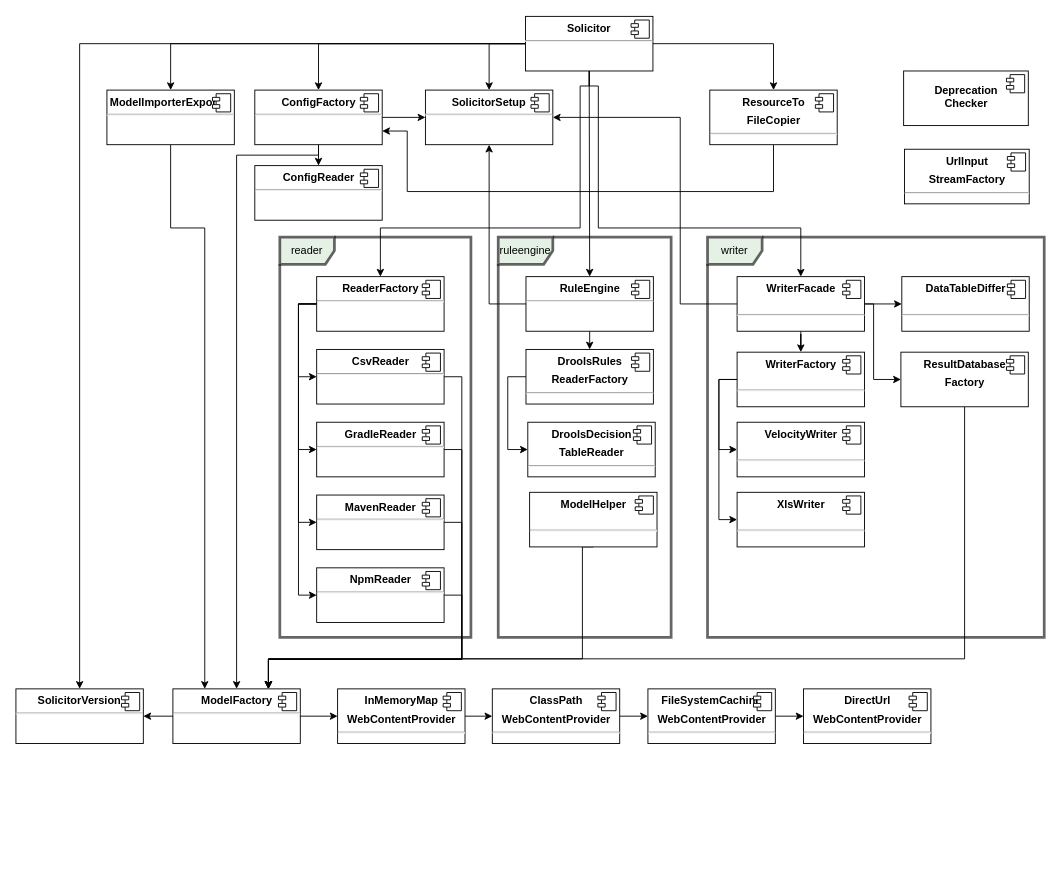
The draw.io diagram src/main/java/com/devonfw/tools/solicitor/doc-files/solicitor_beans.drawio in devonfw/solicitor, before the edit. Source tidied: cells renumbered, new cells numbered last; positions are measured from the earlier drawing's top-left corner, leaving out a move shared by most shapes. Both pictures are drawn from the tidied source at 91%, with x=0, y=0 at pixel (15, 16).
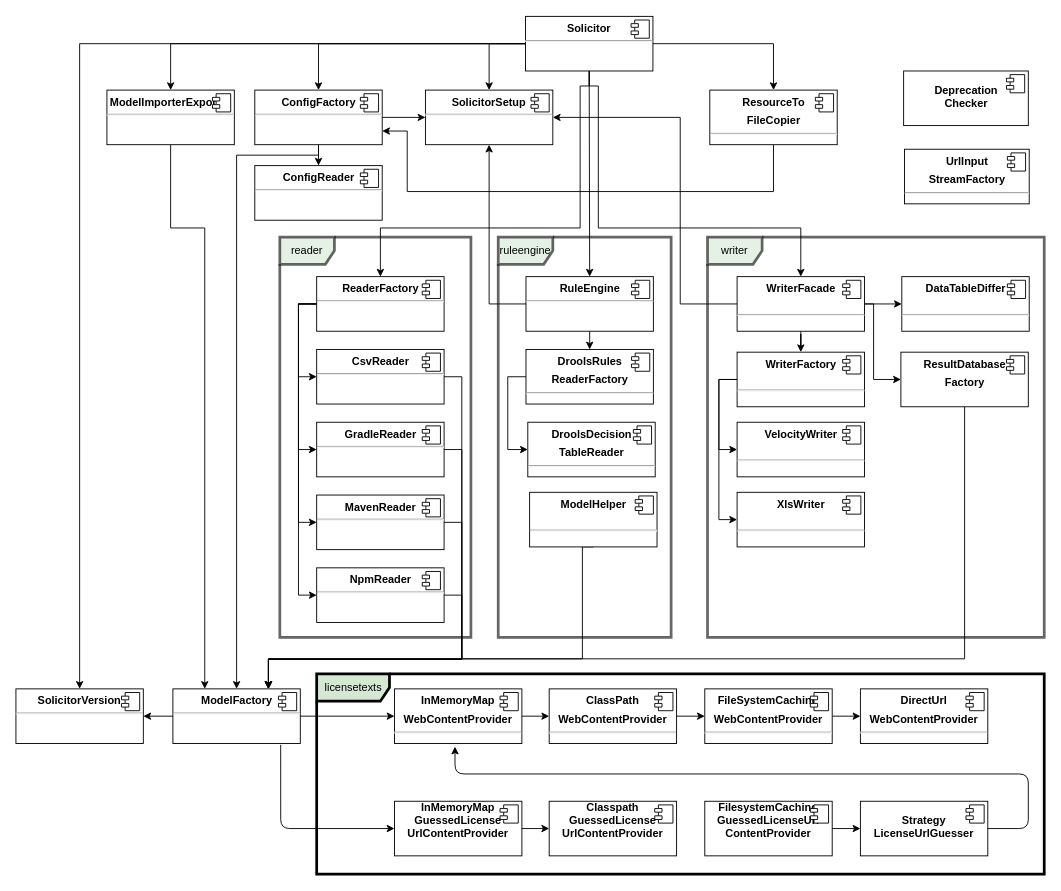
The same diagram, later.

The change refers to these unchanged cells:
```xml
<mxCell id="44" value="&lt;p style=&quot;margin: 0px ; margin-top: 6px ; text-align: center&quot;&gt;&lt;b&gt;ModelFactory&lt;/b&gt;&lt;/p&gt;&lt;hr&gt;" style="align=left;overflow=fill;html=1;rotation=0;" parent="1" vertex="1">
  <mxGeometry x="172.5" y="738.5" width="140" height="60" as="geometry" />
</mxCell>
```

Change to the diagram source:
```diff
@@
+    <mxCell id="100" value="licensetexts" style="shape=umlFrame;whiteSpace=wrap;html=1;strokeWidth=3;width=80;height=30;fillColor=#D5E8D4;" parent="1" vertex="1">
+      <mxGeometry x="330.5" y="722" width="799.5" height="220" as="geometry" />
+    </mxCell>
@@
     <mxCell id="24" value="&lt;p style=&quot;margin: 0px ; margin-top: 6px ; text-align: center&quot;&gt;&lt;b&gt;ClassPath&lt;/b&gt;&lt;/p&gt;&lt;p style=&quot;margin: 0px ; margin-top: 6px ; text-align: center&quot;&gt;&lt;b&gt;WebContentProvider&lt;/b&gt;&lt;br&gt;&lt;/p&gt;&lt;hr&gt;" style="align=left;overflow=fill;html=1;rotation=0;" parent="1" vertex="1">
-      <mxGeometry x="523.5" y="738.5" width="140" height="60" as="geometry" />
+      <mxGeometry x="586" y="738.5" width="140" height="60" as="geometry" />
     </mxCell>
@@
     <mxCell id="26" value="&lt;p style=&quot;margin: 0px ; margin-top: 6px ; text-align: center&quot;&gt;&lt;b&gt;DirectUrl&lt;/b&gt;&lt;/p&gt;&lt;p style=&quot;margin: 0px ; margin-top: 6px ; text-align: center&quot;&gt;&lt;b&gt;WebContentProvider&lt;/b&gt;&lt;br&gt;&lt;/p&gt;&lt;hr&gt;" style="align=left;overflow=fill;html=1;rotation=0;" parent="1" vertex="1">
-      <mxGeometry x="865.5" y="738.5" width="140" height="60" as="geometry" />
+      <mxGeometry x="928" y="738.5" width="140" height="60" as="geometry" />
     </mxCell>
@@
     <mxCell id="29" value="&lt;p style=&quot;margin: 0px ; margin-top: 6px ; text-align: center&quot;&gt;&lt;b&gt;FileSystemCaching&lt;/b&gt;&lt;/p&gt;&lt;p style=&quot;margin: 0px ; margin-top: 6px ; text-align: center&quot;&gt;&lt;b&gt;WebContentProvider&lt;/b&gt;&lt;br&gt;&lt;/p&gt;&lt;hr&gt;" style="align=left;overflow=fill;html=1;rotation=0;" parent="1" vertex="1">
-      <mxGeometry x="694.5" y="738.5" width="140" height="60" as="geometry" />
+      <mxGeometry x="757" y="738.5" width="140" height="60" as="geometry" />
     </mxCell>
@@
     <mxCell id="32" value="&lt;p style=&quot;margin: 0px ; margin-top: 6px ; text-align: center&quot;&gt;&lt;b&gt;InMemoryMap&lt;/b&gt;&lt;/p&gt;&lt;p style=&quot;margin: 0px ; margin-top: 6px ; text-align: center&quot;&gt;&lt;b&gt;WebContentProvider&lt;/b&gt;&lt;br&gt;&lt;/p&gt;&lt;hr&gt;" style="align=left;overflow=fill;html=1;rotation=0;" parent="1" vertex="1">
-      <mxGeometry x="353.5" y="738.5" width="140" height="60" as="geometry" />
+      <mxGeometry x="416" y="738.5" width="140" height="60" as="geometry" />
     </mxCell>
@@
+    <mxCell id="101" value="&lt;div style=&quot;text-align: center&quot;&gt;&lt;span&gt;&lt;b&gt;Classpath&lt;/b&gt;&lt;/span&gt;&lt;/div&gt;&lt;div style=&quot;text-align: center&quot;&gt;&lt;span&gt;&lt;b&gt;GuessedLicense&lt;/b&gt;&lt;/span&gt;&lt;/div&gt;&lt;div style=&quot;text-align: center&quot;&gt;&lt;span&gt;&lt;b&gt;UrlContentProvider&lt;/b&gt;&lt;/span&gt;&lt;/div&gt;&lt;p style=&quot;margin: 0px ; margin-top: 6px ; text-align: center&quot;&gt;&lt;/p&gt;" style="align=left;overflow=fill;html=1;rotation=0;" parent="1" vertex="1">
+      <mxGeometry x="586" y="862" width="140" height="60" as="geometry" />
+    </mxCell>
+    <mxCell id="102" style="shape=component;jettyWidth=8;jettyHeight=4;" parent="101" vertex="1">
+      <mxGeometry x="1" width="20" height="20" relative="1" as="geometry">
+        <mxPoint x="-24" y="4" as="offset" />
+      </mxGeometry>
+    </mxCell>
+    <mxCell id="103" value="&lt;div style=&quot;text-align: center&quot;&gt;&lt;b&gt;&lt;br&gt;&lt;/b&gt;&lt;/div&gt;&lt;div style=&quot;text-align: center&quot;&gt;&lt;b&gt;Strategy&lt;/b&gt;&lt;/div&gt;&lt;div style=&quot;text-align: center&quot;&gt;&lt;b&gt;LicenseUrlGuesser&lt;/b&gt;&lt;br&gt;&lt;/div&gt;&lt;p style=&quot;margin: 0px ; margin-top: 6px ; text-align: center&quot;&gt;&lt;/p&gt;" style="align=left;overflow=fill;html=1;rotation=0;" parent="1" vertex="1">
+      <mxGeometry x="928" y="862" width="140" height="60" as="geometry" />
+    </mxCell>
+    <mxCell id="104" style="shape=component;jettyWidth=8;jettyHeight=4;" parent="103" vertex="1">
+      <mxGeometry x="1" width="20" height="20" relative="1" as="geometry">
+        <mxPoint x="-24" y="4" as="offset" />
+      </mxGeometry>
+    </mxCell>
+    <mxCell id="105" value="&lt;div style=&quot;text-align: center&quot;&gt;&lt;b&gt;FilesystemCaching&lt;/b&gt;&lt;br&gt;&lt;/div&gt;&lt;div style=&quot;text-align: center&quot;&gt;&lt;span&gt;&lt;b&gt;GuessedLicenseUrl&lt;/b&gt;&lt;/span&gt;&lt;/div&gt;&lt;div style=&quot;text-align: center&quot;&gt;&lt;span&gt;&lt;b&gt;ContentProvider&lt;/b&gt;&lt;/span&gt;&lt;/div&gt;&lt;p style=&quot;margin: 0px ; margin-top: 6px ; text-align: center&quot;&gt;&lt;/p&gt;" style="align=left;overflow=fill;html=1;rotation=0;" parent="1" vertex="1">
+      <mxGeometry x="757" y="862" width="140" height="60" as="geometry" />
+    </mxCell>
+    <mxCell id="106" style="shape=component;jettyWidth=8;jettyHeight=4;" parent="105" vertex="1">
+      <mxGeometry x="1" width="20" height="20" relative="1" as="geometry">
+        <mxPoint x="-24" y="4" as="offset" />
+      </mxGeometry>
+    </mxCell>
+    <mxCell id="107" value="&lt;div style=&quot;text-align: center&quot;&gt;&lt;span&gt;&lt;b&gt;InMemoryMap&lt;/b&gt;&lt;/span&gt;&lt;/div&gt;&lt;div style=&quot;text-align: center&quot;&gt;&lt;span&gt;&lt;b&gt;GuessedLicense&lt;/b&gt;&lt;/span&gt;&lt;/div&gt;&lt;div style=&quot;text-align: center&quot;&gt;&lt;span&gt;&lt;b&gt;UrlContentProvider&lt;/b&gt;&lt;/span&gt;&lt;/div&gt;&lt;p style=&quot;margin: 0px ; margin-top: 6px ; text-align: center&quot;&gt;&lt;/p&gt;" style="align=left;overflow=fill;html=1;rotation=0;" parent="1" vertex="1">
+      <mxGeometry x="416" y="862" width="140" height="60" as="geometry" />
+    </mxCell>
+    <mxCell id="108" style="shape=component;jettyWidth=8;jettyHeight=4;" parent="107" vertex="1">
+      <mxGeometry x="1" width="20" height="20" relative="1" as="geometry">
+        <mxPoint x="-24" y="4" as="offset" />
+      </mxGeometry>
+    </mxCell>
+    <mxCell id="109" style="endArrow=classic;html=1;exitX=0.846;exitY=1.025;exitDx=0;exitDy=0;exitPerimeter=0;entryX=0;entryY=0.5;entryDx=0;entryDy=0;" parent="1" edge="1" source="44" target="107">
+      <mxGeometry relative="1" as="geometry">
+        <Array as="points">
+          <mxPoint x="291" y="892" />
+        </Array>
+      </mxGeometry>
+    </mxCell>
+    <mxCell id="110" style="endArrow=classic;html=1;exitX=1;exitY=0.5;exitDx=0;exitDy=0;entryX=0;entryY=0.5;entryDx=0;entryDy=0;" parent="1" edge="1" source="107" target="101">
+      <mxGeometry relative="1" as="geometry" />
+    </mxCell>
+    <mxCell id="111" style="endArrow=classic;html=1;entryX=0;entryY=0.5;entryDx=0;entryDy=0;exitX=1;exitY=0.5;exitDx=0;exitDy=0;" parent="1" edge="1" source="105" target="103">
+      <mxGeometry relative="1" as="geometry" />
+    </mxCell>
+    <mxCell id="112" style="endArrow=classic;html=1;exitX=1;exitY=0.5;exitDx=0;exitDy=0;" parent="1" edge="1" source="103">
+      <mxGeometry relative="1" as="geometry">
+        <mxPoint x="482.5" y="802" as="targetPoint" />
+        <Array as="points">
+          <mxPoint x="1112.5" y="892" />
+          <mxPoint x="1112.5" y="832" />
+          <mxPoint x="482.5" y="832" />
+        </Array>
+      </mxGeometry>
+    </mxCell>
```
